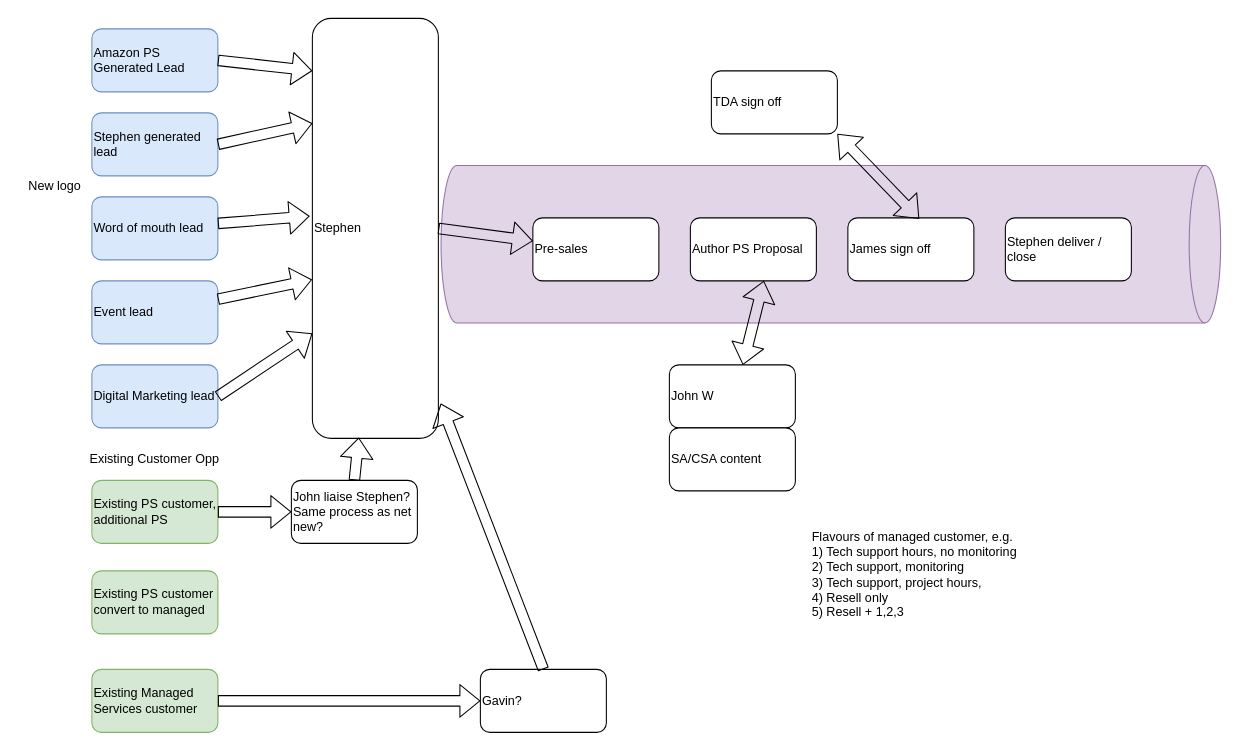
Above: page "Sales Funnel" (1 of 2) of Processes.drawio in taupoali/awsdiagrams (draw.io), before the change. Source tidied: cells renumbered, new cells numbered last; positions are measured from the earlier drawing's top-left corner, leaving out a move shared by most shapes. Both pictures are drawn from the tidied source at 105%, with x=0, y=0 at pixel (18, -146).
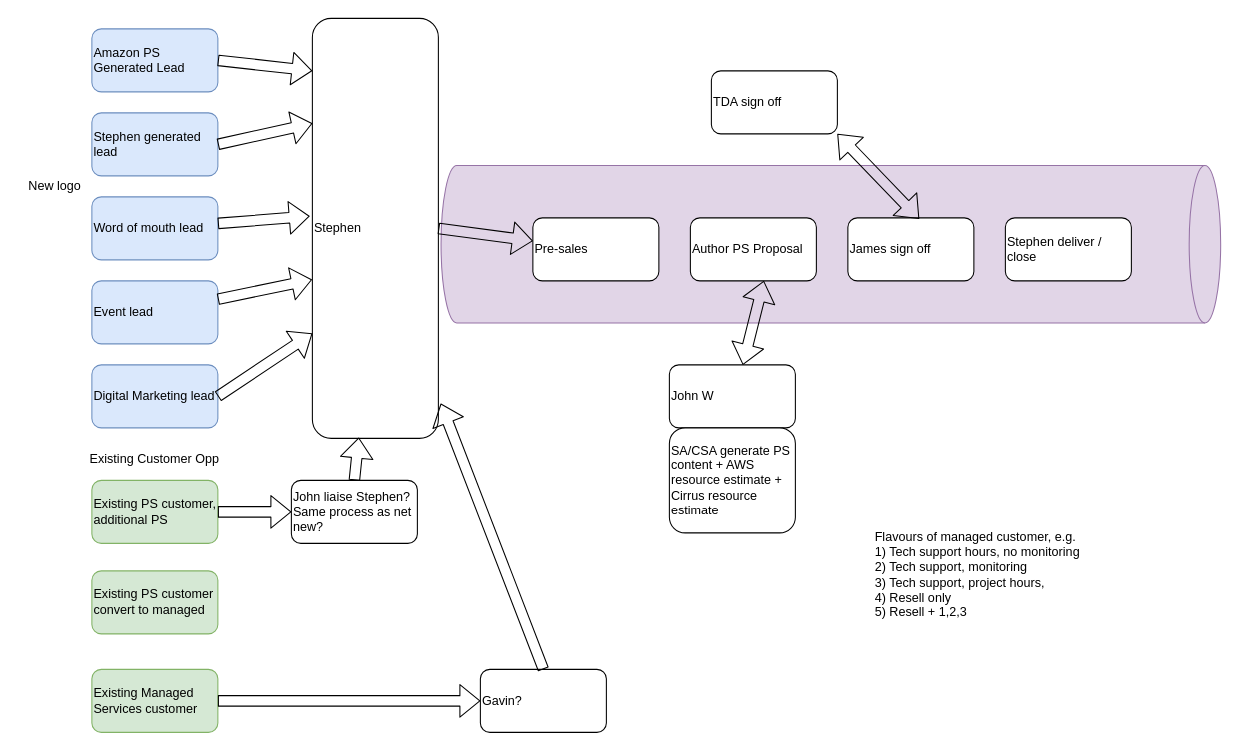
The same page after the edit.

What changed in the source:
```diff
@@
     <mxCell id="32" value="Flavours of managed customer, e.g.&lt;br&gt;1) Tech support hours, no monitoring&lt;br&gt;2) Tech support, monitoring&lt;br&gt;3) Tech support, project hours,&amp;nbsp;&lt;br&gt;4) Resell only&lt;br&gt;5) Resell + 1,2,3" style="text;html=1;strokeColor=none;fillColor=none;align=left;verticalAlign=middle;whiteSpace=wrap;rounded=0;" parent="1" vertex="1">
-      <mxGeometry x="753.8" y="676" width="246.2" height="20" as="geometry" />
+      <mxGeometry x="813.8" y="676" width="246.2" height="20" as="geometry" />
     </mxCell>
@@
-    <mxCell id="35" value="SA/CSA content" style="rounded=1;whiteSpace=wrap;html=1;align=left;" parent="1" vertex="1">
-      <mxGeometry x="620" y="546" width="120" height="60" as="geometry" />
+    <mxCell id="35" value="SA/CSA generate PS content + AWS resource estimate + Cirrus resource estimate" style="rounded=1;whiteSpace=wrap;html=1;align=left;" parent="1" vertex="1">
+      <mxGeometry x="620" y="546" width="120" height="100" as="geometry" />
     </mxCell>
```
